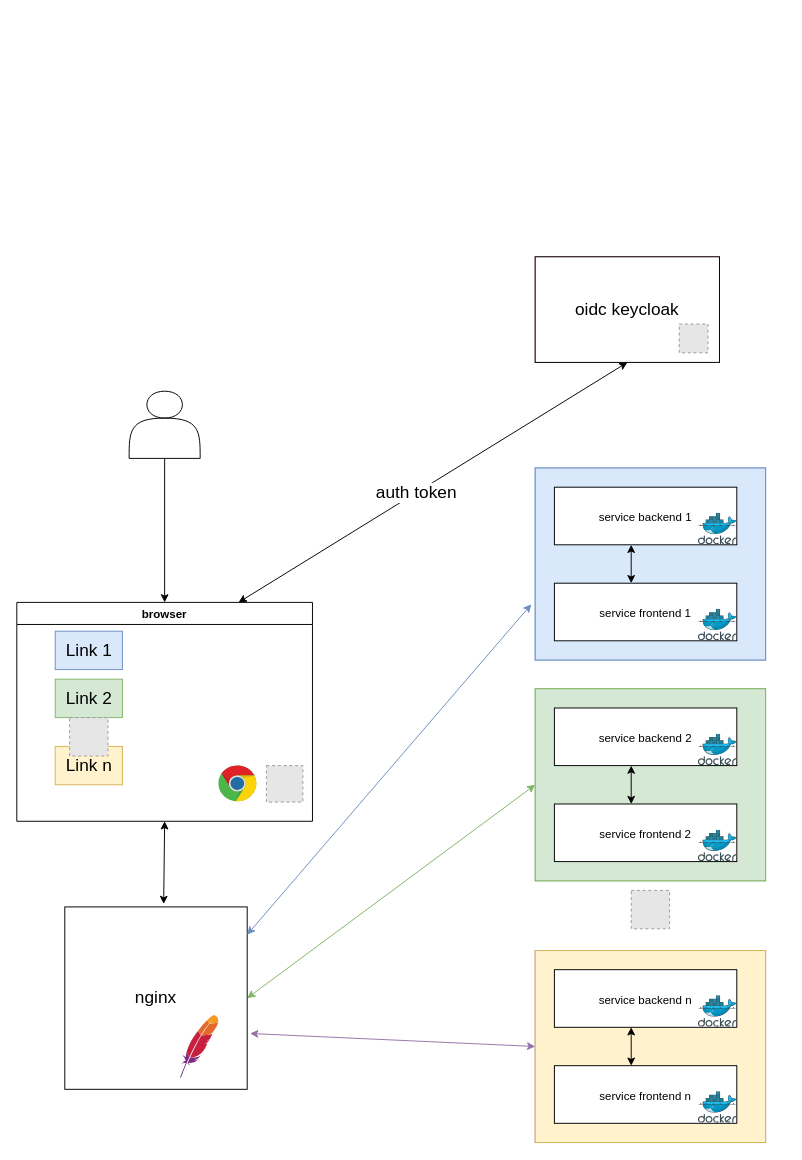
Earlier version of the draw.io diagram Диаграмма без названия.drawio (Rustem81/ATM_NCR). Source tidied: cells renumbered, new cells numbered last; positions are measured from the earlier drawing's top-left corner, leaving out a move shared by most shapes. Both pictures are drawn from the tidied source at 96%, with x=0, y=0 at pixel (16, 256). Pictures stored in the file or linked from it are replaced by grey dashed boxes.
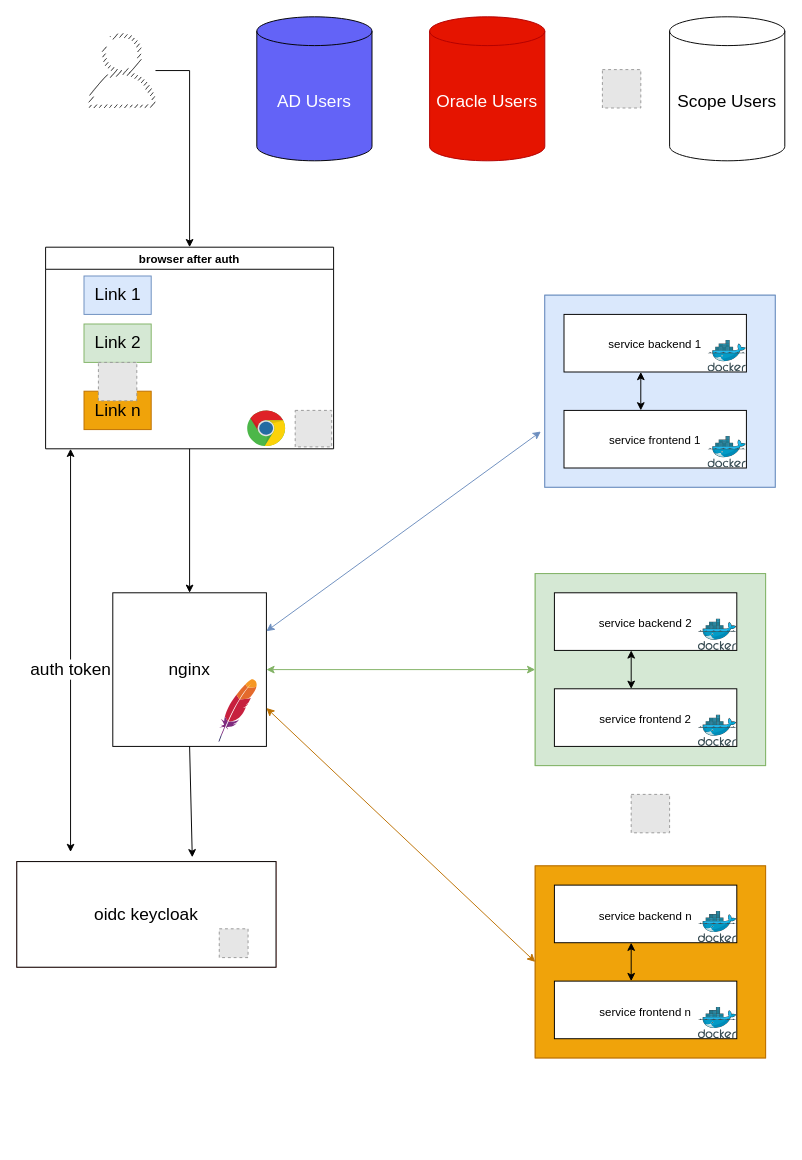
Above is the later version.

Unchanged cells that the change refers to:
```xml
<mxCell id="34" style="rounded=0;whiteSpace=wrap;html=1;fontSize=12;fillColor=#dae8fc;strokeColor=#6c8ebf;" parent="33" vertex="1">
  <mxGeometry width="240" height="200" as="geometry" />
</mxCell>
```

What changed in the source:
```diff
@@
+    <mxCell id="11" value="nginx" style="whiteSpace=wrap;html=1;fontSize=18;" parent="1" vertex="1">
+      <mxGeometry x="100" y="350" width="160" height="160" as="geometry" />
+    </mxCell>
+    <mxCell id="50" style="edgeStyle=orthogonalEdgeStyle;rounded=0;jettySize=auto;html=1;strokeColor=#000000;fontSize=18;fontColor=#000000;" parent="1" edge="1" source="2" target="11">
+      <mxGeometry relative="1" as="geometry" />
+    </mxCell>
-    <mxCell id="2" value="browser" style="swimlane;" parent="1" vertex="1">
-      <mxGeometry y="360" width="308" height="228" as="geometry" />
+    <mxCell id="2" value="browser after auth" style="swimlane;" parent="1" vertex="1">
+      <mxGeometry x="30" y="-10" width="300" height="210" as="geometry" />
     </mxCell>
@@
-    <mxCell id="4" value="&lt;font style=&quot;font-size: 18px;&quot;&gt;Link n&lt;/font&gt;" style="text;html=1;align=center;verticalAlign=middle;strokeColor=#d6b656;fillColor=#fff2cc;" parent="2" vertex="1">
+    <mxCell id="4" value="&lt;font style=&quot;font-size: 18px;&quot;&gt;Link n&lt;/font&gt;" style="text;html=1;align=center;verticalAlign=middle;strokeColor=#BD7000;fillColor=#f0a30a;fontColor=#000000;" parent="2" vertex="1">
       <mxGeometry x="40" y="150" width="70" height="40" as="geometry" />
     </mxCell>
@@
-    <mxCell id="9" style="shape=actor;whiteSpace=wrap;html=1;" parent="1" vertex="1">
-      <mxGeometry x="117" y="140" width="74" height="70" as="geometry" />
-    </mxCell>
-    <mxCell id="10" style="edgeStyle=segmentEdgeStyle;endArrow=classic;html=1;rounded=0;exitX=0.5;exitY=1;exitDx=0;exitDy=0;entryX=0.5;entryY=0;entryDx=0;entryDy=0;" parent="1" edge="1" source="9" target="2">
+    <mxCell id="10" style="edgeStyle=segmentEdgeStyle;endArrow=classic;html=1;rounded=0;entryX=0.5;entryY=0;entryDx=0;entryDy=0;" parent="1" edge="1" source="55" target="2">
       <mxGeometry relative="1" as="geometry" />
     </mxCell>
-    <mxCell id="11" value="nginx" style="whiteSpace=wrap;html=1;fontSize=18;" parent="1" vertex="1">
-      <mxGeometry x="50" y="677.2" width="190" height="190" as="geometry" />
-    </mxCell>
     <mxCell id="12" style="dashed=0;html=1;align=center;labelPosition=center;verticalLabelPosition=bottom;verticalAlign=top;shape=mxgraph.weblogos.apache;fontSize=18;" parent="1" vertex="1">
-      <mxGeometry x="170" y="790" width="40" height="65.2" as="geometry" />
+      <mxGeometry x="210" y="440" width="40" height="65.2" as="geometry" />
     </mxCell>
-    <mxCell id="13" style="endArrow=classic;startArrow=classic;html=1;rounded=0;fontSize=18;exitX=0.542;exitY=-0.016;exitDx=0;exitDy=0;exitPerimeter=0;entryX=0.5;entryY=1;entryDx=0;entryDy=0;" parent="1" edge="1" source="11" target="2">
-      <mxGeometry relative="1" as="geometry" />
-    </mxCell>
     <mxCell id="14" style="fillColor=#E6E6E6;strokeColor=#999999;dashed=1;html=1;verticalAlign=top;verticalLabelPosition=bottom;labelBackgroundColor=#ffffff;fontSize=18;" parent="1" vertex="1">
-      <mxGeometry x="640" y="660" width="40" height="40" as="geometry" />
+      <mxGeometry x="640" y="560" width="40" height="40" as="geometry" />
     </mxCell>
     <mxCell id="15" style="group;fillColor=#d5e8d4;strokeColor=#82b366;" parent="1" vertex="1">
-      <mxGeometry x="540" y="450" width="240" height="200" as="geometry" />
+      <mxGeometry x="540" y="330" width="240" height="200" as="geometry" />
     </mxCell>
@@
-    <mxCell id="24" style="group;fillColor=#e1d5e7;strokeColor=#9673a6;" parent="1" vertex="1">
-      <mxGeometry x="540" y="722.6" width="240" height="200" as="geometry" />
+    <mxCell id="24" style="group;fillColor=#00CC00;strokeColor=#BD7000;fontColor=#000000;" parent="1" vertex="1">
+      <mxGeometry x="540" y="634.5" width="240" height="200" as="geometry" />
     </mxCell>
-    <mxCell id="25" style="rounded=0;whiteSpace=wrap;html=1;fontSize=12;fillColor=#fff2cc;strokeColor=#d6b656;" parent="24" vertex="1">
+    <mxCell id="25" style="rounded=0;whiteSpace=wrap;html=1;fontSize=12;fillColor=#f0a30a;strokeColor=#BD7000;fontColor=#000000;" parent="24" vertex="1">
       <mxGeometry width="240" height="200" as="geometry" />
     </mxCell>
@@
     <mxCell id="33" style="group;fillColor=#dae8fc;strokeColor=#6c8ebf;" parent="1" vertex="1">
-      <mxGeometry x="540" y="220" width="240" height="200" as="geometry" />
+      <mxGeometry x="550" y="40" width="240" height="200" as="geometry" />
     </mxCell>
@@
-    <mxCell id="42" style="endArrow=classic;startArrow=classic;html=1;rounded=0;fontSize=12;fontColor=#000000;entryX=-0.017;entryY=0.71;entryDx=0;entryDy=0;entryPerimeter=0;exitX=1;exitY=0.152;exitDx=0;exitDy=0;exitPerimeter=0;fillColor=#dae8fc;strokeColor=#6c8ebf;" parent="1" edge="1" source="11" target="34">
+    <mxCell id="42" style="endArrow=classic;startArrow=classic;html=1;rounded=0;fontSize=12;fontColor=#000000;entryX=-0.017;entryY=0.71;entryDx=0;entryDy=0;entryPerimeter=0;fillColor=#dae8fc;strokeColor=#6c8ebf;exitX=1;exitY=0.25;exitDx=0;exitDy=0;" parent="1" edge="1" source="11" target="34">
       <mxGeometry relative="1" as="geometry" />
     </mxCell>
@@
-    <mxCell id="44" style="endArrow=classic;startArrow=classic;html=1;rounded=0;fontSize=12;fontColor=#000000;entryX=0;entryY=0.5;entryDx=0;entryDy=0;exitX=1.016;exitY=0.694;exitDx=0;exitDy=0;exitPerimeter=0;fillColor=#e1d5e7;strokeColor=#9673a6;" parent="1" edge="1" source="11" target="25">
+    <mxCell id="44" style="endArrow=classic;startArrow=classic;html=1;rounded=0;fontSize=12;fontColor=#000000;entryX=0;entryY=0.5;entryDx=0;entryDy=0;exitX=1;exitY=0.75;exitDx=0;exitDy=0;fillColor=#f0a30a;strokeColor=#BD7000;" parent="1" edge="1" source="11" target="25">
       <mxGeometry relative="1" as="geometry" />
     </mxCell>
     <mxCell id="45" style="group;fillColor=#f8cecc;strokeColor=#b85450;gradientColor=#ea6b66;" parent="1" vertex="1">
-      <mxGeometry x="540" width="192" height="110" as="geometry" />
+      <mxGeometry y="630" width="270" height="110" as="geometry" />
     </mxCell>
     <mxCell id="46" value="&lt;font style=&quot;font-size: 18px;&quot;&gt;oidc&amp;nbsp;keycloak&lt;/font&gt;" style="rounded=0;whiteSpace=wrap;html=1;fontSize=12;" parent="45" vertex="1">
-      <mxGeometry width="192" height="110" as="geometry" />
+      <mxGeometry width="270" height="110" as="geometry" />
     </mxCell>
     <mxCell id="47" style="fillColor=#E6E6E6;strokeColor=#999999;dashed=1;html=1;verticalAlign=top;verticalLabelPosition=bottom;labelBackgroundColor=#ffffff;fontSize=12;fontColor=#000000;" parent="45" vertex="1">
-      <mxGeometry x="150" y="70" width="30" height="30" as="geometry" />
+      <mxGeometry x="210.9" y="70" width="30" height="30" as="geometry" />
     </mxCell>
-    <mxCell id="48" style="endArrow=classic;startArrow=classic;html=1;rounded=0;fontSize=18;fontColor=#000000;entryX=0.5;entryY=1;entryDx=0;entryDy=0;exitX=0.75;exitY=0;exitDx=0;exitDy=0;" parent="1" edge="1" source="2" target="46">
-      <mxGeometry relative="1" as="geometry" />
+    <mxCell id="48" style="endArrow=classic;startArrow=classic;html=1;rounded=0;fontSize=18;fontColor=#000000;" parent="1" edge="1">
+      <mxGeometry relative="1" as="geometry">
+        <mxPoint x="56" y="620" as="sourcePoint" />
+        <mxPoint x="56" y="200" as="targetPoint" />
+      </mxGeometry>
     </mxCell>
@@
+    <mxCell id="51" value="&lt;font color=&quot;#ffffff&quot;&gt;AD Users&lt;/font&gt;" style="shape=cylinder3;whiteSpace=wrap;html=1;boundedLbl=1;backgroundOutline=1;size=15;fontSize=18;fontColor=#990000;fillColor=#6363F7;" parent="1" vertex="1">
+      <mxGeometry x="250" y="-250" width="120" height="150" as="geometry" />
+    </mxCell>
+    <mxCell id="52" value="&lt;font color=&quot;#ffffff&quot;&gt;Oracle Users&lt;/font&gt;" style="shape=cylinder3;whiteSpace=wrap;html=1;boundedLbl=1;backgroundOutline=1;size=15;fontSize=18;fontColor=#ffffff;fillColor=#e51400;strokeColor=#B20000;" parent="1" vertex="1">
+      <mxGeometry x="430" y="-250" width="120" height="150" as="geometry" />
+    </mxCell>
+    <mxCell id="53" style="fillColor=#E6E6E6;strokeColor=#999999;dashed=1;html=1;verticalAlign=top;verticalLabelPosition=bottom;labelBackgroundColor=#ffffff;fontSize=18;" parent="1" vertex="1">
+      <mxGeometry x="610" y="-195" width="40" height="40" as="geometry" />
+    </mxCell>
+    <mxCell id="54" value="&lt;font color=&quot;#000000&quot;&gt;Scope Users&lt;/font&gt;" style="shape=cylinder3;whiteSpace=wrap;html=1;boundedLbl=1;backgroundOutline=1;size=15;fontSize=18;fontColor=#990000;fillColor=#FFFFFF;" parent="1" vertex="1">
+      <mxGeometry x="680" y="-250" width="120" height="150" as="geometry" />
+    </mxCell>
+    <mxCell id="55" style="sketch=1;outlineConnect=0;fontColor=#ffffff;fillColor=#000000;strokeColor=#A50040;dashed=1;verticalLabelPosition=bottom;verticalAlign=top;align=center;html=1;fontSize=12;fontStyle=0;shape=mxgraph.aws4.user;strokeWidth=1;shadow=0;" parent="1" vertex="1">
+      <mxGeometry x="70" y="-233" width="78" height="78" as="geometry" />
+    </mxCell>
+    <mxCell id="56" style="endArrow=classic;html=1;rounded=0;strokeColor=#000000;fontSize=18;fontColor=#000000;exitX=0.5;exitY=1;exitDx=0;exitDy=0;entryX=0.677;entryY=-0.041;entryDx=0;entryDy=0;entryPerimeter=0;" parent="1" edge="1" source="11" target="46">
+      <mxGeometry relative="1" as="geometry" />
+    </mxCell>
```
